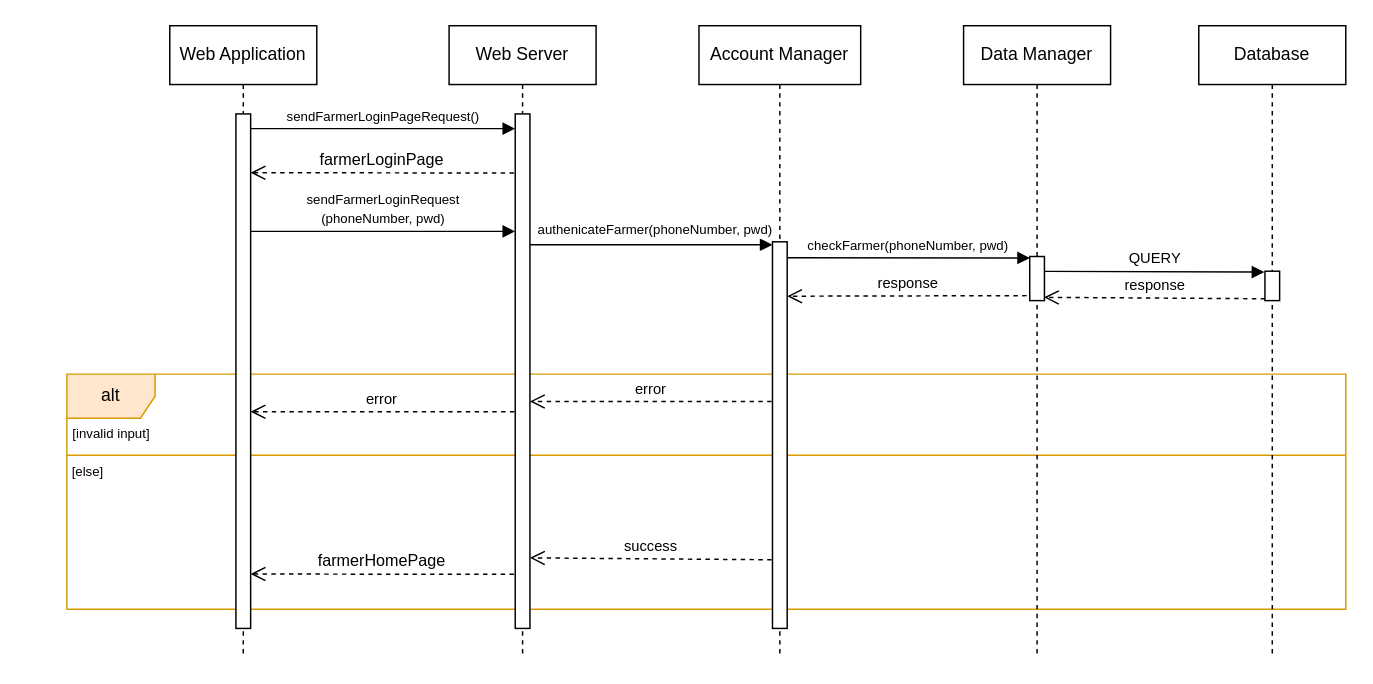
Above: page "FM-Login-UC7" (2 of 18) of DD/UML/Runtime.drawio in ictar/DREAM-SE2-Project-2022 (draw.io), before the change. Source tidied: cells renumbered, new cells numbered last; positions are measured from the earlier drawing's top-left corner, leaving out a move shared by most shapes. Both pictures are drawn from the tidied source at 147%, with x=0, y=0 at pixel (25, 25).
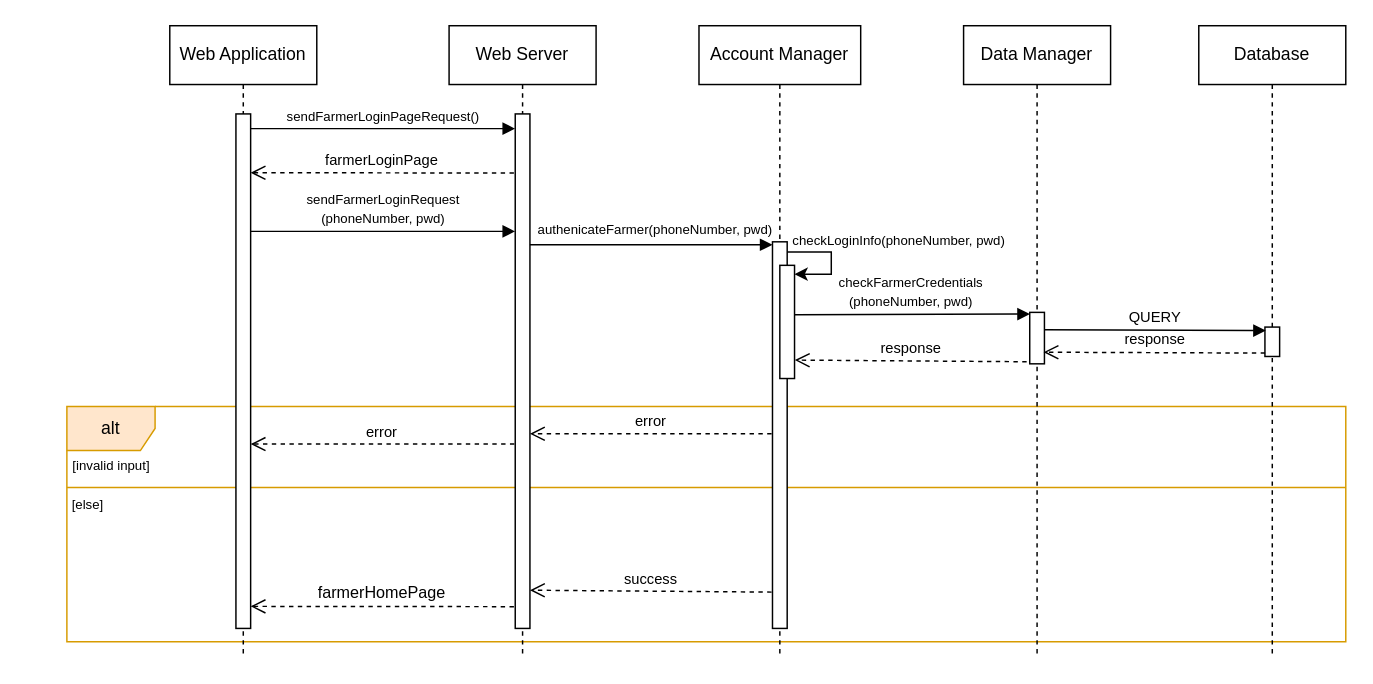
The same diagram, later.

The change refers to these unchanged cells:
```xml
<mxCell id="6" style="html=1;points=[];perimeter=orthogonalPerimeter;" parent="5" vertex="1">
  <mxGeometry x="45" y="60" width="10" height="350" as="geometry" />
</mxCell>
<mxCell id="9" style="html=1;points=[];perimeter=orthogonalPerimeter;" parent="1" vertex="1">
  <mxGeometry x="143" y="60" width="10" height="350" as="geometry" />
</mxCell>
<mxCell id="12" style="html=1;points=[];perimeter=orthogonalPerimeter;" parent="11" vertex="1">
  <mxGeometry x="50" y="147" width="10" height="263" as="geometry" />
</mxCell>
<mxCell id="13" value="Data Manager" style="shape=umlLifeline;perimeter=lifelinePerimeter;whiteSpace=wrap;html=1;" parent="1" vertex="1">
  <mxGeometry x="638" width="100" height="430" as="geometry" />
</mxCell>
<mxCell id="15" value="Database" style="shape=umlLifeline;perimeter=lifelinePerimeter;whiteSpace=wrap;html=1;" parent="1" vertex="1">
  <mxGeometry x="798" width="100" height="430" as="geometry" />
</mxCell>
```

Diff of the diagram source:
```diff
@@
     <mxCell id="3" value="alt" style="shape=umlFrame;whiteSpace=wrap;html=1;fillColor=#ffe6cc;strokeColor=#d79b00;" parent="1" vertex="1">
-      <mxGeometry x="28" y="237" width="870" height="160" as="geometry" />
+      <mxGeometry x="28" y="259" width="870" height="160" as="geometry" />
     </mxCell>
@@
     <mxCell id="8" value="farmerHomePage" style="html=1;verticalAlign=bottom;endArrow=open;dashed=1;endSize=8;exitX=-0.09;exitY=0.822;rounded=0;exitDx=0;exitDy=0;exitPerimeter=0;" parent="1" edge="1">
       <mxGeometry relative="1" as="geometry">
-        <mxPoint x="332.1" y="373.2" as="sourcePoint" />
-        <mxPoint x="153" y="373" as="targetPoint" />
+        <mxPoint x="332.1" y="395.2" as="sourcePoint" />
+        <mxPoint x="153" y="395" as="targetPoint" />
       </mxGeometry>
     </mxCell>
@@
     <mxCell id="10" value="&lt;font style=&quot;font-size: 9px&quot;&gt;[invalid input]&lt;/font&gt;" style="text;html=1;strokeColor=none;fillColor=none;align=center;verticalAlign=middle;whiteSpace=wrap;rounded=0;" parent="1" vertex="1">
-      <mxGeometry x="16" y="262" width="85" height="30" as="geometry" />
+      <mxGeometry x="16" y="284" width="85" height="30" as="geometry" />
     </mxCell>
@@
     <mxCell id="14" style="html=1;points=[];perimeter=orthogonalPerimeter;" parent="13" vertex="1">
-      <mxGeometry x="45" y="157" width="10" height="30" as="geometry" />
+      <mxGeometry x="45" y="195" width="10" height="35" as="geometry" />
     </mxCell>
@@
     <mxCell id="16" style="html=1;points=[];perimeter=orthogonalPerimeter;" parent="15" vertex="1">
-      <mxGeometry x="45" y="167" width="10" height="20" as="geometry" />
+      <mxGeometry x="45" y="205" width="10" height="20" as="geometry" />
     </mxCell>
@@
-    <mxCell id="18" value="&lt;span style=&quot;font-family: &amp;#34;helvetica&amp;#34; ; font-size: 9px&quot;&gt;checkFarmer(&lt;/span&gt;&lt;span style=&quot;font-family: &amp;#34;helvetica&amp;#34; ; font-size: 9px&quot;&gt;phoneNumber, pwd&lt;/span&gt;&lt;span style=&quot;font-family: &amp;#34;helvetica&amp;#34; ; font-size: 9px&quot;&gt;)&lt;/span&gt;" style="html=1;verticalAlign=bottom;endArrow=block;rounded=0;entryX=0.011;entryY=0.033;entryDx=0;entryDy=0;entryPerimeter=0;exitX=1.014;exitY=0.041;exitDx=0;exitDy=0;exitPerimeter=0;" parent="1" edge="1" source="12" target="14">
+    <mxCell id="18" value="&lt;span style=&quot;font-family: &amp;#34;helvetica&amp;#34; ; font-size: 9px&quot;&gt;checkFarmer&lt;/span&gt;&lt;span style=&quot;font-family: &amp;#34;helvetica&amp;#34; ; font-size: 9px&quot;&gt;Credentials&lt;/span&gt;&lt;span style=&quot;font-family: &amp;#34;helvetica&amp;#34; ; font-size: 9px&quot;&gt;&lt;br&gt;(&lt;/span&gt;&lt;span style=&quot;font-family: &amp;#34;helvetica&amp;#34; ; font-size: 9px&quot;&gt;phoneNumber, pwd&lt;/span&gt;&lt;span style=&quot;font-family: &amp;#34;helvetica&amp;#34; ; font-size: 9px&quot;&gt;)&lt;/span&gt;" style="html=1;verticalAlign=bottom;endArrow=block;rounded=0;entryX=0.011;entryY=0.033;entryDx=0;entryDy=0;entryPerimeter=0;exitX=0.944;exitY=0.436;exitDx=0;exitDy=0;exitPerimeter=0;" parent="1" edge="1" source="30" target="14">
       <mxGeometry relative="1" as="geometry" />
     </mxCell>
-    <mxCell id="19" value="&lt;font style=&quot;font-size: 10px&quot;&gt;response&lt;/font&gt;" style="html=1;verticalAlign=bottom;endArrow=open;dashed=1;endSize=8;rounded=0;entryX=0.971;entryY=0.926;entryDx=0;entryDy=0;entryPerimeter=0;exitX=0.01;exitY=0.937;exitDx=0;exitDy=0;exitPerimeter=0;" parent="1" edge="1" source="16" target="14">
-      <mxGeometry relative="1" as="geometry" />
+    <mxCell id="19" value="&lt;font style=&quot;font-size: 10px&quot;&gt;response&lt;/font&gt;" style="html=1;verticalAlign=bottom;endArrow=open;dashed=1;endSize=8;rounded=0;entryX=0.94;entryY=0.804;entryDx=0;entryDy=0;entryPerimeter=0;exitX=0.01;exitY=0.937;exitDx=0;exitDy=0;exitPerimeter=0;" parent="1" edge="1">
+      <mxGeometry relative="1" as="geometry">
+        <mxPoint x="843.1" y="222.7" as="sourcePoint" />
+        <mxPoint x="692.4" y="222.1" as="targetPoint" />
+      </mxGeometry>
     </mxCell>
-    <mxCell id="20" value="&lt;font style=&quot;font-size: 10px&quot;&gt;response&lt;/font&gt;" style="html=1;verticalAlign=bottom;endArrow=open;dashed=1;endSize=8;rounded=0;exitX=-0.211;exitY=0.887;exitDx=0;exitDy=0;exitPerimeter=0;" parent="1" edge="1" source="14">
+    <mxCell id="20" value="&lt;font style=&quot;font-size: 10px&quot;&gt;response&lt;/font&gt;" style="html=1;verticalAlign=bottom;endArrow=open;dashed=1;endSize=8;rounded=0;exitX=-0.211;exitY=0.887;exitDx=0;exitDy=0;exitPerimeter=0;entryX=1.019;entryY=0.837;entryDx=0;entryDy=0;entryPerimeter=0;" parent="1" edge="1" target="30">
       <mxGeometry relative="1" as="geometry">
-        <mxPoint x="518" y="184" as="targetPoint" />
+        <mxPoint x="680.9" y="228.6" as="sourcePoint" />
       </mxGeometry>
     </mxCell>
-    <mxCell id="21" value="&lt;font style=&quot;font-size: 10px&quot;&gt;error&lt;/font&gt;" style="html=1;verticalAlign=bottom;endArrow=open;dashed=1;endSize=8;rounded=0;exitX=-0.067;exitY=0.831;exitDx=0;exitDy=0;exitPerimeter=0;" parent="1" edge="1" target="6">
+    <mxCell id="21" value="&lt;font style=&quot;font-size: 10px&quot;&gt;error&lt;/font&gt;" style="html=1;verticalAlign=bottom;endArrow=open;dashed=1;endSize=8;rounded=0;exitX=-0.067;exitY=0.831;exitDx=0;exitDy=0;exitPerimeter=0;" parent="1" edge="1">
       <mxGeometry relative="1" as="geometry">
-        <mxPoint x="507.4" y="255.6" as="sourcePoint" />
+        <mxPoint x="507.4" y="277.6" as="sourcePoint" />
+        <mxPoint x="343" y="277.6" as="targetPoint" />
       </mxGeometry>
     </mxCell>
-    <mxCell id="22" value="&lt;font style=&quot;font-size: 10px&quot;&gt;error&lt;/font&gt;" style="html=1;verticalAlign=bottom;endArrow=open;dashed=1;endSize=8;rounded=0;exitX=-0.067;exitY=0.831;exitDx=0;exitDy=0;exitPerimeter=0;" parent="1" edge="1" target="9">
+    <mxCell id="22" value="&lt;font style=&quot;font-size: 10px&quot;&gt;error&lt;/font&gt;" style="html=1;verticalAlign=bottom;endArrow=open;dashed=1;endSize=8;rounded=0;exitX=-0.067;exitY=0.831;exitDx=0;exitDy=0;exitPerimeter=0;" parent="1" edge="1">
       <mxGeometry relative="1" as="geometry">
-        <mxPoint x="332.4" y="262.6" as="sourcePoint" />
+        <mxPoint x="332.4" y="284.6" as="sourcePoint" />
+        <mxPoint x="153" y="284.6" as="targetPoint" />
       </mxGeometry>
     </mxCell>
     <mxCell id="23" value="&lt;font style=&quot;font-size: 10px&quot;&gt;success&lt;/font&gt;" style="html=1;verticalAlign=bottom;endArrow=open;dashed=1;endSize=8;rounded=0;exitX=-0.067;exitY=0.831;exitDx=0;exitDy=0;exitPerimeter=0;entryX=0.992;entryY=0.251;entryDx=0;entryDy=0;entryPerimeter=0;" parent="1" edge="1">
       <mxGeometry relative="1" as="geometry">
-        <mxPoint x="507.4" y="363.3" as="sourcePoint" />
-        <mxPoint x="343" y="362" as="targetPoint" />
+        <mxPoint x="507.4" y="385.3" as="sourcePoint" />
+        <mxPoint x="343" y="384" as="targetPoint" />
       </mxGeometry>
     </mxCell>
     <mxCell id="24" value="&lt;font style=&quot;font-size: 9px&quot;&gt;[else]&lt;/font&gt;" style="text;html=1;strokeColor=none;fillColor=none;align=center;verticalAlign=middle;whiteSpace=wrap;rounded=0;" parent="1" vertex="1">
-      <mxGeometry y="288" width="85" height="30" as="geometry" />
+      <mxGeometry y="310" width="85" height="30" as="geometry" />
     </mxCell>
-    <mxCell id="25" value="&lt;font size=&quot;1&quot;&gt;QUERY&lt;/font&gt;" style="html=1;verticalAlign=bottom;endArrow=block;rounded=0;exitX=1.002;exitY=0.337;exitDx=0;exitDy=0;exitPerimeter=0;entryX=-0.044;entryY=0.03;entryDx=0;entryDy=0;entryPerimeter=0;" parent="1" edge="1" source="14" target="16">
+    <mxCell id="25" value="&lt;font size=&quot;1&quot;&gt;QUERY&lt;/font&gt;" style="html=1;verticalAlign=bottom;endArrow=block;rounded=0;exitX=1.002;exitY=0.337;exitDx=0;exitDy=0;exitPerimeter=0;entryX=0.06;entryY=0.12;entryDx=0;entryDy=0;entryPerimeter=0;" parent="1" edge="1" source="14" target="16">
       <mxGeometry relative="1" as="geometry" />
     </mxCell>
@@
-    <mxCell id="27" value="farmerLoginPage" style="html=1;verticalAlign=bottom;endArrow=open;dashed=1;endSize=8;exitX=-0.09;exitY=0.822;rounded=0;exitDx=0;exitDy=0;exitPerimeter=0;" parent="1" edge="1">
+    <mxCell id="27" value="&lt;font style=&quot;font-size: 10px&quot;&gt;farmerLoginPage&lt;/font&gt;" style="html=1;verticalAlign=bottom;endArrow=open;dashed=1;endSize=8;exitX=-0.09;exitY=0.822;rounded=0;exitDx=0;exitDy=0;exitPerimeter=0;" parent="1" edge="1">
       <mxGeometry relative="1" as="geometry">
         <mxPoint x="332.1" y="100.2" as="sourcePoint" />
         <mxPoint x="153" y="100" as="targetPoint" />
       </mxGeometry>
     </mxCell>
+    <mxCell id="28" value="&lt;span style=&quot;color: rgb(0 , 0 , 0) ; font-family: &amp;#34;helvetica&amp;#34; ; font-style: normal ; font-weight: 400 ; letter-spacing: normal ; text-align: center ; text-indent: 0px ; text-transform: none ; word-spacing: 0px ; background-color: rgb(255 , 255 , 255) ; display: inline ; float: none&quot;&gt;&lt;font style=&quot;font-size: 9px&quot;&gt;checkLoginInfo(&lt;span style=&quot;font-family: &amp;#34;helvetica&amp;#34;&quot;&gt;phoneNumber, pwd&lt;/span&gt;)&lt;/font&gt;&lt;/span&gt;" style="text;whiteSpace=wrap;html=1;fontSize=9;" parent="1" vertex="1">
+      <mxGeometry x="520" y="135" width="158" height="20" as="geometry" />
+    </mxCell>
+    <mxCell id="29" style="endArrow=classic;html=1;rounded=0;fontSize=9;edgeStyle=orthogonalEdgeStyle;endFill=1;" parent="1" edge="1">
+      <mxGeometry relative="1" as="geometry">
+        <mxPoint x="518" y="154" as="sourcePoint" />
+        <mxPoint x="523" y="169" as="targetPoint" />
+        <Array as="points">
+          <mxPoint x="548" y="154" />
+          <mxPoint x="548" y="169" />
+        </Array>
+      </mxGeometry>
+    </mxCell>
+    <mxCell id="30" style="html=1;points=[];perimeter=orthogonalPerimeter;" parent="1" vertex="1">
+      <mxGeometry x="513" y="163" width="10" height="77" as="geometry" />
+    </mxCell>
```
